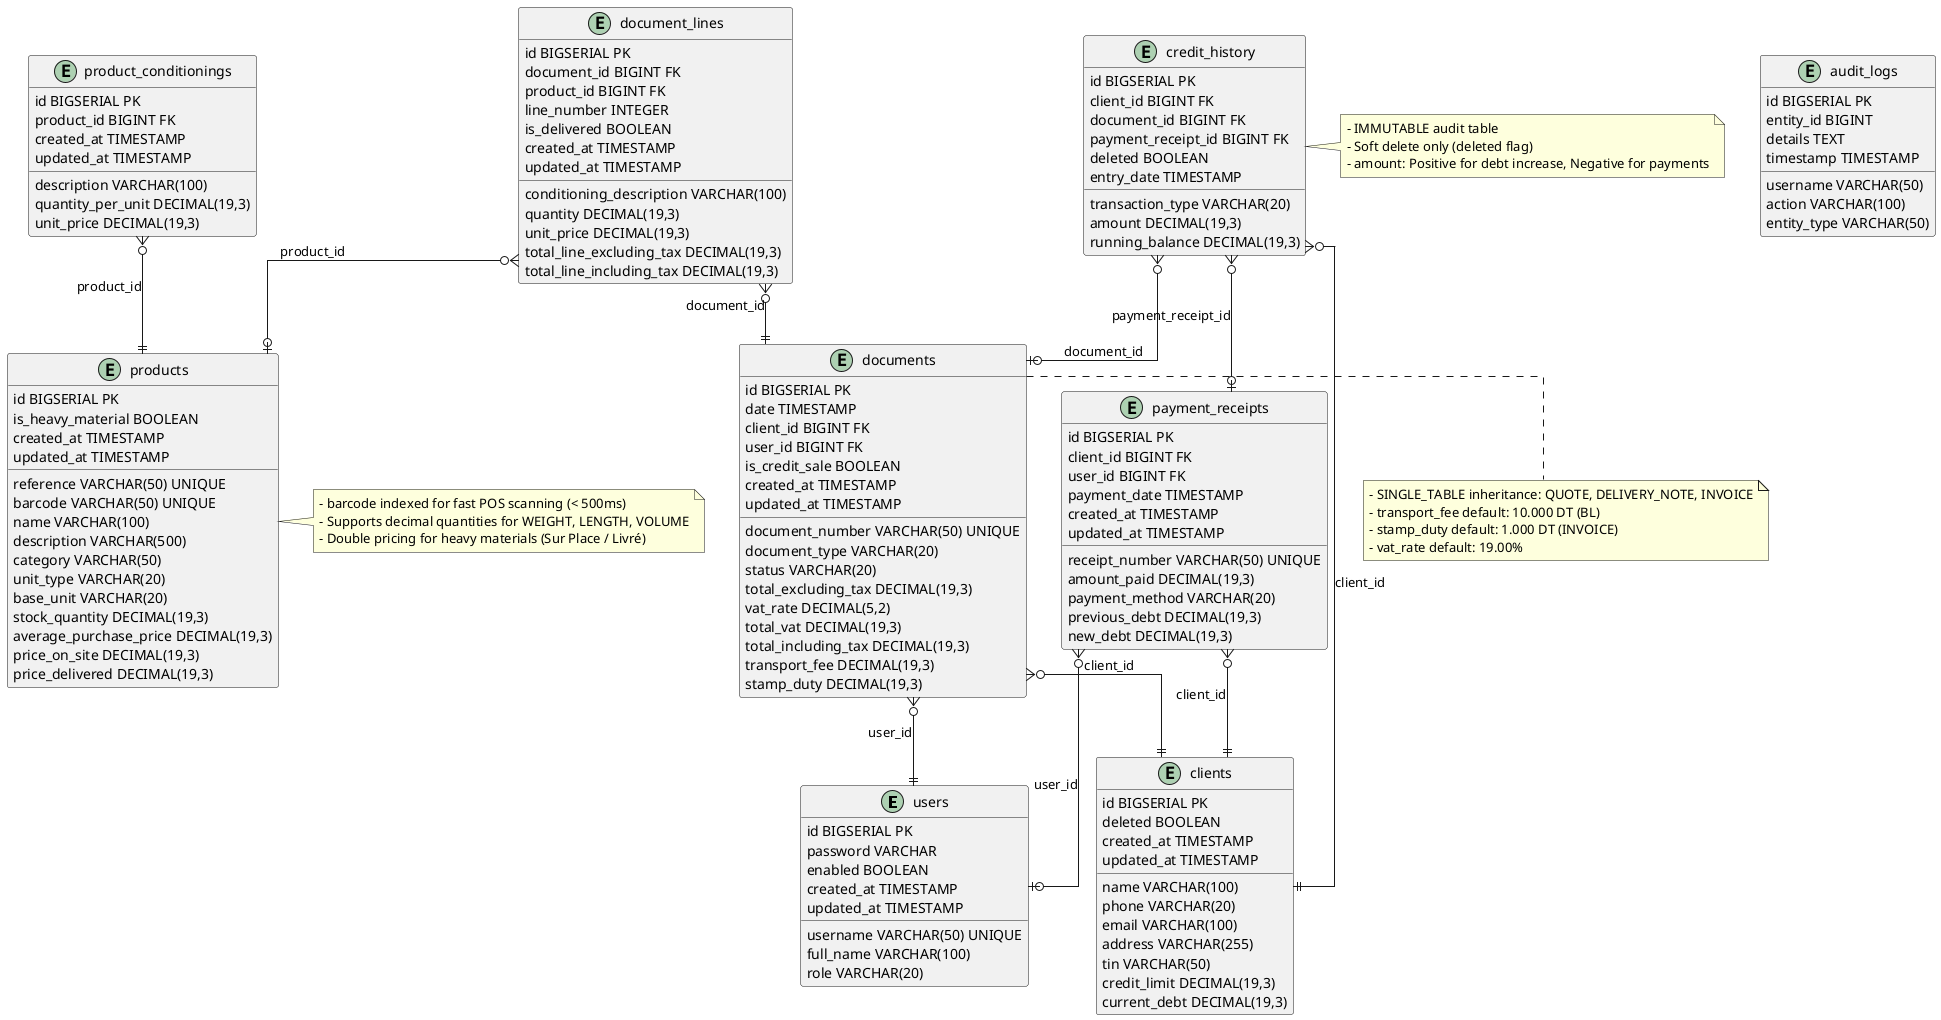
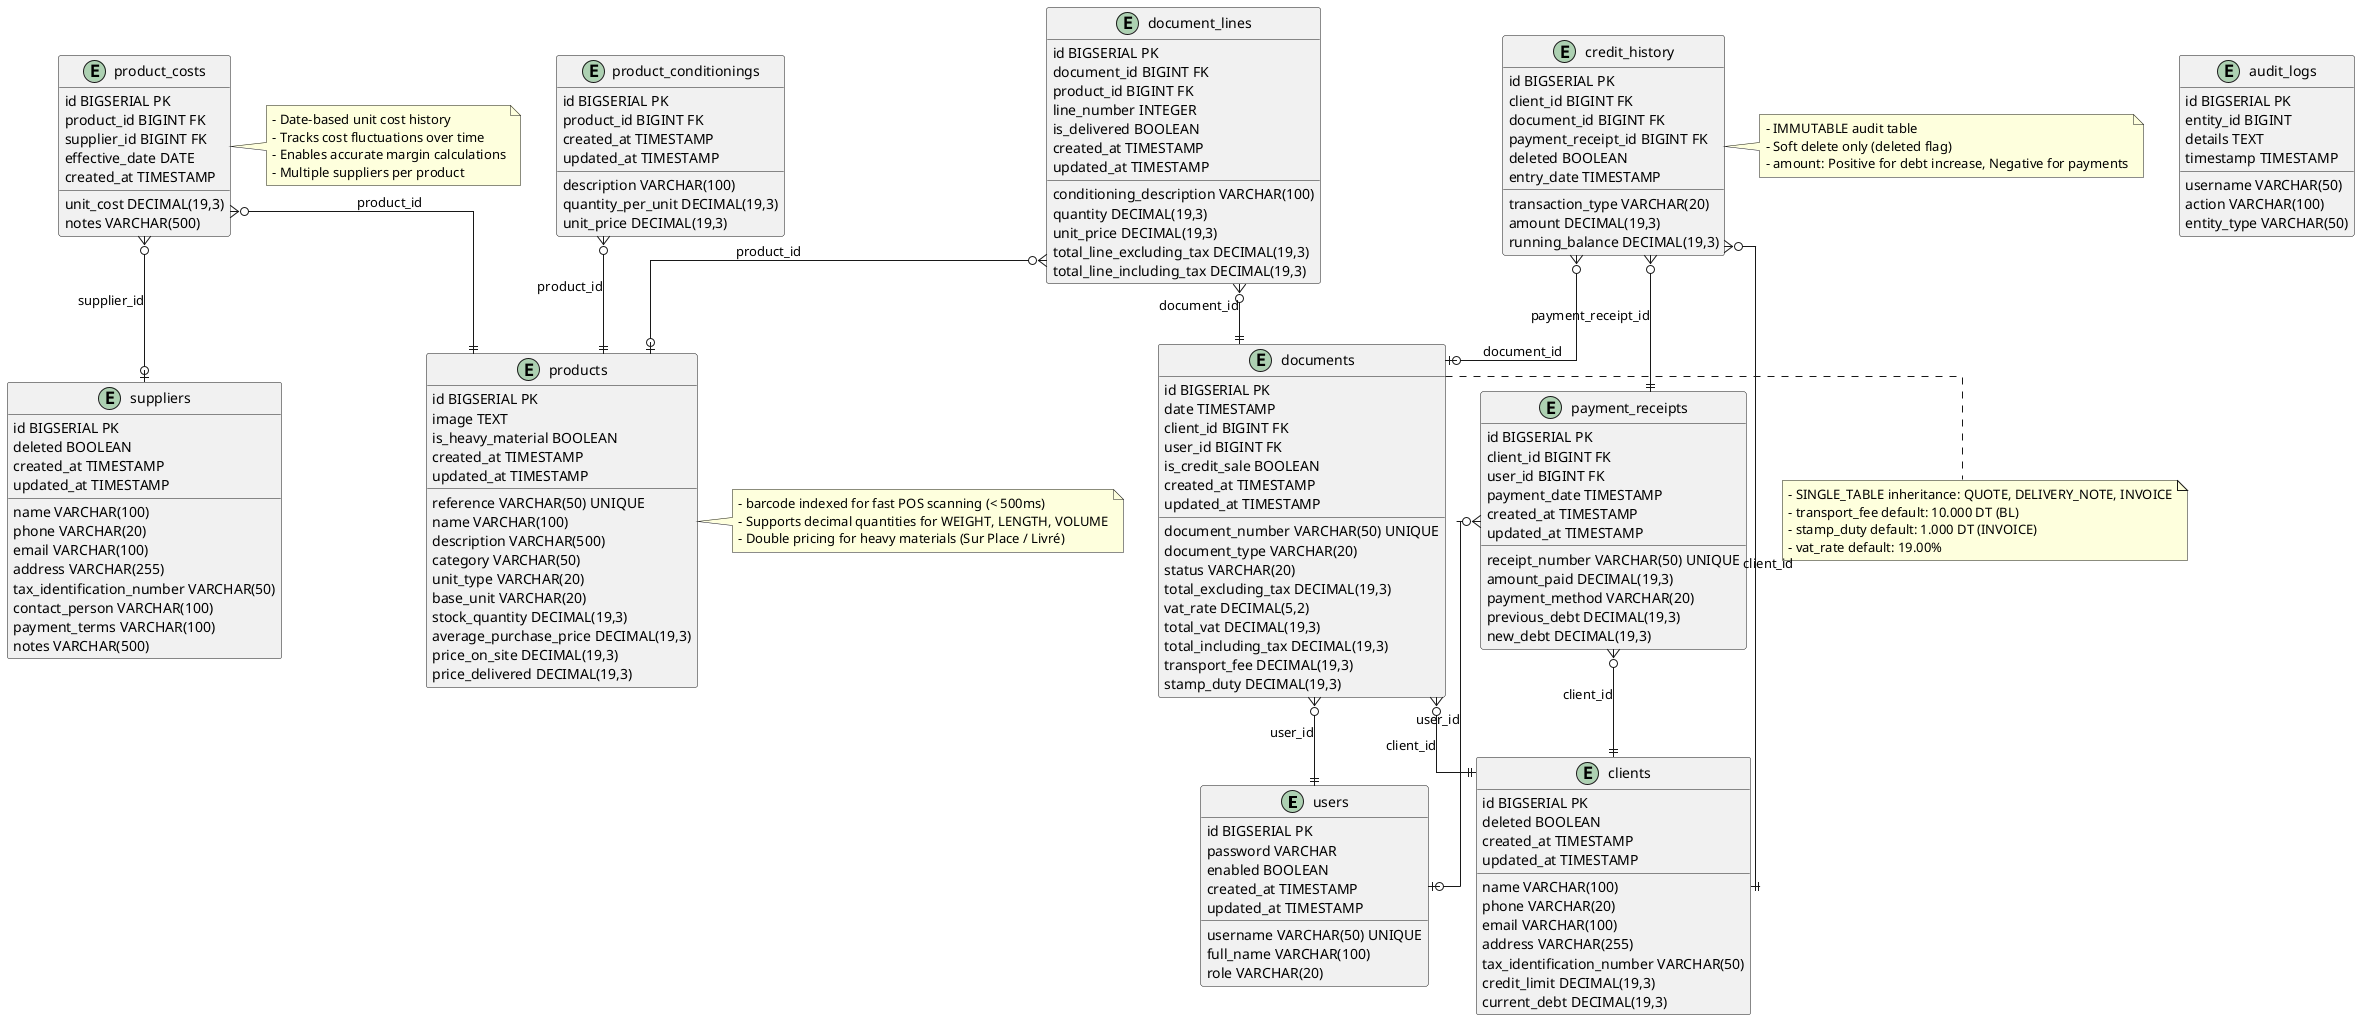
@startuml Hardware Store Database Schema
' INOVEXAHUB - Système de Gestion Commerciale et Point de Vente (POS)
' Sprint 1: Modélisation UML - Database Schema
' Version: 1.0 (MVP)
' Database: PostgreSQL

skinparam linetype ortho
skinparam entity {
  BackgroundColor<<FK>> LightBlue
  BorderColor<<FK>> Blue
}

' ============================================
' TABLES
' ============================================

entity users {
  id BIGSERIAL PK
  username VARCHAR(50) UNIQUE
  password VARCHAR
  full_name VARCHAR(100)
  role VARCHAR(20)
  enabled BOOLEAN
  created_at TIMESTAMP
  updated_at TIMESTAMP
}

entity clients {
  id BIGSERIAL PK
  name VARCHAR(100)
  phone VARCHAR(20)
  email VARCHAR(100)
  address VARCHAR(255)
-   tin VARCHAR(50)
+   tax_identification_number VARCHAR(50)
  credit_limit DECIMAL(19,3)
  current_debt DECIMAL(19,3)
  deleted BOOLEAN
  created_at TIMESTAMP
  updated_at TIMESTAMP
}

+ entity suppliers {
+   id BIGSERIAL PK
+   name VARCHAR(100)
+   phone VARCHAR(20)
+   email VARCHAR(100)
+   address VARCHAR(255)
+   tax_identification_number VARCHAR(50)
+   contact_person VARCHAR(100)
+   payment_terms VARCHAR(100)
+   notes VARCHAR(500)
+   deleted BOOLEAN
+   created_at TIMESTAMP
+   updated_at TIMESTAMP
+ }
+ 
entity products {
  id BIGSERIAL PK
  reference VARCHAR(50) UNIQUE
-   barcode VARCHAR(50) UNIQUE
  name VARCHAR(100)
  description VARCHAR(500)
+   image TEXT
  category VARCHAR(50)
  unit_type VARCHAR(20)
  is_heavy_material BOOLEAN
  base_unit VARCHAR(20)
  stock_quantity DECIMAL(19,3)
  average_purchase_price DECIMAL(19,3)
  price_on_site DECIMAL(19,3)
  price_delivered DECIMAL(19,3)
  created_at TIMESTAMP
  updated_at TIMESTAMP
}

entity product_conditionings {
  id BIGSERIAL PK
  product_id BIGINT FK
  description VARCHAR(100)
  quantity_per_unit DECIMAL(19,3)
  unit_price DECIMAL(19,3)
  created_at TIMESTAMP
  updated_at TIMESTAMP
+ }
+ 
+ entity product_costs {
+   id BIGSERIAL PK
+   product_id BIGINT FK
+   supplier_id BIGINT FK
+   unit_cost DECIMAL(19,3)
+   effective_date DATE
+   notes VARCHAR(500)
+   created_at TIMESTAMP
}

entity documents {
  id BIGSERIAL PK
  document_number VARCHAR(50) UNIQUE
  date TIMESTAMP
  document_type VARCHAR(20)
  status VARCHAR(20)
  client_id BIGINT FK
  user_id BIGINT FK
  total_excluding_tax DECIMAL(19,3)
  vat_rate DECIMAL(5,2)
  total_vat DECIMAL(19,3)
  total_including_tax DECIMAL(19,3)
  transport_fee DECIMAL(19,3)
  stamp_duty DECIMAL(19,3)
  is_credit_sale BOOLEAN
  created_at TIMESTAMP
  updated_at TIMESTAMP
}

entity document_lines {
  id BIGSERIAL PK
  document_id BIGINT FK
  product_id BIGINT FK
  line_number INTEGER
  conditioning_description VARCHAR(100)
  quantity DECIMAL(19,3)
  unit_price DECIMAL(19,3)
  total_line_excluding_tax DECIMAL(19,3)
  total_line_including_tax DECIMAL(19,3)
  is_delivered BOOLEAN
  created_at TIMESTAMP
  updated_at TIMESTAMP
}

entity payment_receipts {
  id BIGSERIAL PK
  receipt_number VARCHAR(50) UNIQUE
  client_id BIGINT FK
  user_id BIGINT FK
  amount_paid DECIMAL(19,3)
  payment_date TIMESTAMP
  payment_method VARCHAR(20)
  previous_debt DECIMAL(19,3)
  new_debt DECIMAL(19,3)
  created_at TIMESTAMP
  updated_at TIMESTAMP
}

entity credit_history {
  id BIGSERIAL PK
  client_id BIGINT FK
  document_id BIGINT FK
  payment_receipt_id BIGINT FK
  transaction_type VARCHAR(20)
  amount DECIMAL(19,3)
  running_balance DECIMAL(19,3)
  deleted BOOLEAN
  entry_date TIMESTAMP
}

entity audit_logs {
  id BIGSERIAL PK
  username VARCHAR(50)
  action VARCHAR(100)
  entity_type VARCHAR(50)
  entity_id BIGINT
  details TEXT
  timestamp TIMESTAMP
}

' ============================================
' FOREIGN KEY RELATIONSHIPS
' ============================================

product_conditionings }o--|| products : "product_id"
+ product_costs }o--|| products : "product_id"
+ product_costs }o--o| suppliers : "supplier_id"
documents }o--|| clients : "client_id"
documents }o--|| users : "user_id"
document_lines }o--|| documents : "document_id"
document_lines }o--o| products : "product_id"
payment_receipts }o--|| clients : "client_id"
payment_receipts }o--o| users : "user_id"
credit_history }o--|| clients : "client_id"
credit_history }o--o| documents : "document_id"
- credit_history }o--o| payment_receipts : "payment_receipt_id"
+ credit_history }o--|| payment_receipts : "payment_receipt_id"

' ============================================
' NOTES
' ============================================

note right of products
  - barcode indexed for fast POS scanning (< 500ms)
  - Supports decimal quantities for WEIGHT, LENGTH, VOLUME
  - Double pricing for heavy materials (Sur Place / Livré)
+ end note
+ 
+ note right of product_costs
+   - Date-based unit cost history
+   - Tracks cost fluctuations over time
+   - Enables accurate margin calculations
+   - Multiple suppliers per product
end note

note right of documents
  - SINGLE_TABLE inheritance: QUOTE, DELIVERY_NOTE, INVOICE
  - transport_fee default: 10.000 DT (BL)
  - stamp_duty default: 1.000 DT (INVOICE)
  - vat_rate default: 19.00%
end note

note right of credit_history
  - IMMUTABLE audit table
  - Soft delete only (deleted flag)
  - amount: Positive for debt increase, Negative for payments
end note

@enduml
